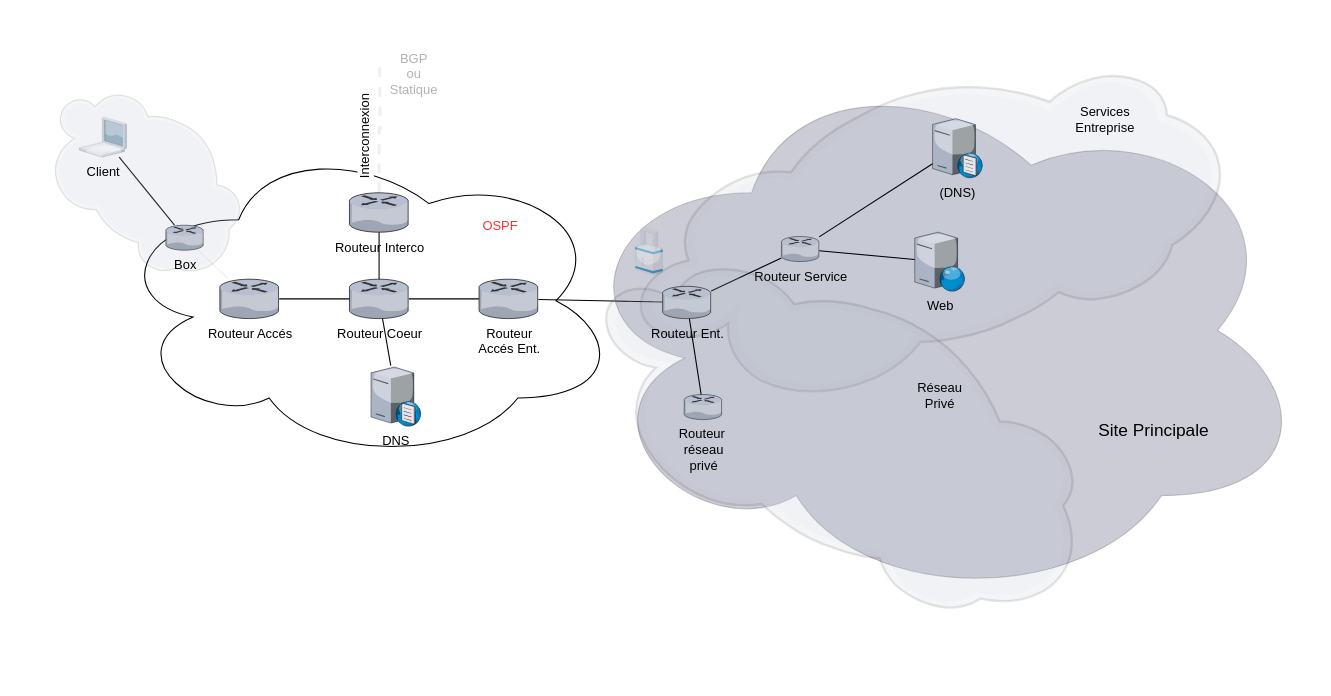
Above: schema.drawio in DinoGurnari/Projet_Interco_GroupeA4 (draw.io), before the change. Source tidied: cells renumbered, new cells numbered last; positions are measured from the earlier drawing's top-left corner, leaving out a move shared by most shapes. Both pictures are drawn from the tidied source at 108%, with x=0, y=0 at pixel (36, 54).
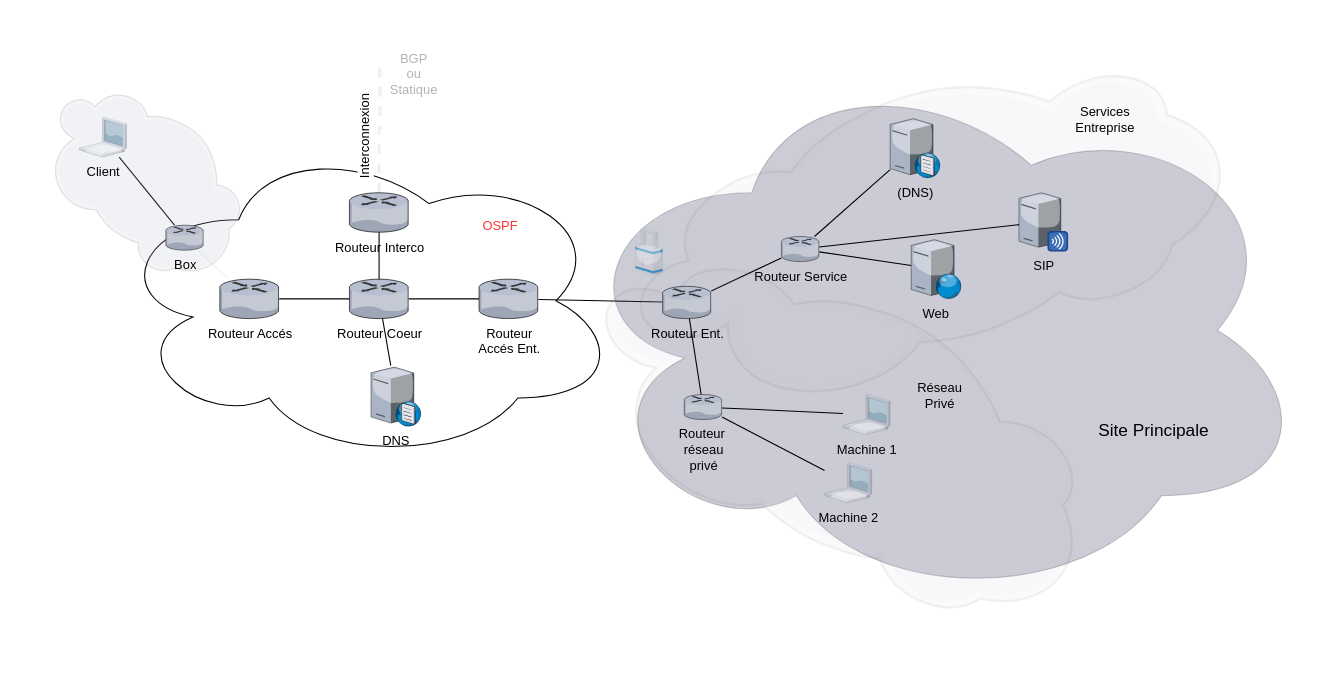
The same diagram, later.

Commit message:
Màj schéma

The change refers to these unchanged cells:
```xml
<mxCell id="24" value="Routeur Service" style="verticalLabelPosition=bottom;html=1;verticalAlign=top;strokeColor=none;align=center;outlineConnect=0;shape=mxgraph.citrix.router;" parent="1" vertex="1">
  <mxGeometry x="690" y="168.5" width="35" height="23.2" as="geometry" />
</mxCell>
<mxCell id="33" value="Routeur&amp;nbsp;&lt;br&gt;réseau&lt;br&gt;privé" style="verticalLabelPosition=bottom;html=1;verticalAlign=top;strokeColor=none;align=center;outlineConnect=0;shape=mxgraph.citrix.router;" parent="1" vertex="1">
  <mxGeometry x="600" y="314.8" width="35" height="23.2" as="geometry" />
</mxCell>
```

The edit, as a diff of the source:
```diff
@@
-    <mxCell id="20" style="verticalLabelPosition=bottom;html=1;verticalAlign=top;strokeColor=none;align=center;shape=mxgraph.citrix.cloud;fillColor=#2a2a2a;opacity=10;rotation=-15;" parent="1" vertex="1">
+    <mxCell id="20" style="verticalLabelPosition=bottom;html=1;verticalAlign=top;strokeColor=none;align=center;shape=mxgraph.citrix.cloud;fillColor=#2a2a2a;opacity=5;rotation=-15;" parent="1" vertex="1">
       <mxGeometry x="547.7" y="34.1" width="555" height="254.2" as="geometry" />
     </mxCell>
     <mxCell id="21" value="(DNS)" style="verticalLabelPosition=bottom;html=1;verticalAlign=top;strokeColor=none;align=center;outlineConnect=0;shape=mxgraph.citrix.dns_server;" parent="1" vertex="1">
-      <mxGeometry x="830" y="58" width="46.5" height="56.2" as="geometry" />
+      <mxGeometry x="790.7" y="58" width="46.5" height="56.2" as="geometry" />
     </mxCell>
     <mxCell id="22" value="Web" style="verticalLabelPosition=bottom;html=1;verticalAlign=top;strokeColor=none;align=center;outlineConnect=0;shape=mxgraph.citrix.web_server;" parent="1" vertex="1">
-      <mxGeometry x="813.5" y="164.5" width="46.5" height="54.7" as="geometry" />
+      <mxGeometry x="810.2" y="171.4" width="46.5" height="54.7" as="geometry" />
     </mxCell>
@@
-    <mxCell id="32" style="verticalLabelPosition=bottom;html=1;verticalAlign=top;strokeColor=none;align=center;shape=mxgraph.citrix.cloud;fillColor=#2a2a2a;opacity=10;rotation=30;" parent="1" vertex="1">
+    <mxCell id="32" style="verticalLabelPosition=bottom;html=1;verticalAlign=top;strokeColor=none;align=center;shape=mxgraph.citrix.cloud;fillColor=#2a2a2a;opacity=5;rotation=30;" parent="1" vertex="1">
       <mxGeometry x="500" y="226.1" width="490" height="243.7" as="geometry" />
     </mxCell>
@@
+    <mxCell id="38" value="Machine 2" style="verticalLabelPosition=bottom;html=1;verticalAlign=top;strokeColor=none;align=center;outlineConnect=0;shape=mxgraph.citrix.laptop_1;fillColor=#2a2a2a;opacity=30;" parent="1" vertex="1">
+      <mxGeometry x="730" y="378" width="43.7" height="37" as="geometry" />
+    </mxCell>
+    <mxCell id="39" value="Machine 1" style="verticalLabelPosition=bottom;html=1;verticalAlign=top;strokeColor=none;align=center;outlineConnect=0;shape=mxgraph.citrix.laptop_1;fillColor=#2a2a2a;opacity=30;" parent="1" vertex="1">
+      <mxGeometry x="747" y="314.8" width="43.7" height="37" as="geometry" />
+    </mxCell>
+    <mxCell id="40" style="endArrow=none;html=1;" parent="1" edge="1" source="33" target="39">
+      <mxGeometry relative="1" as="geometry" />
+    </mxCell>
+    <mxCell id="41" style="endArrow=none;html=1;" parent="1" edge="1" source="33" target="38">
+      <mxGeometry relative="1" as="geometry" />
+    </mxCell>
+    <mxCell id="42" value="SIP" style="verticalLabelPosition=bottom;html=1;verticalAlign=top;strokeColor=none;align=center;outlineConnect=0;shape=mxgraph.citrix.merchandising_server;" parent="1" vertex="1">
+      <mxGeometry x="910" y="128" width="45" height="54" as="geometry" />
+    </mxCell>
+    <mxCell id="43" style="endArrow=none;html=1;" parent="1" edge="1" source="24" target="42">
+      <mxGeometry relative="1" as="geometry" />
+    </mxCell>
```
